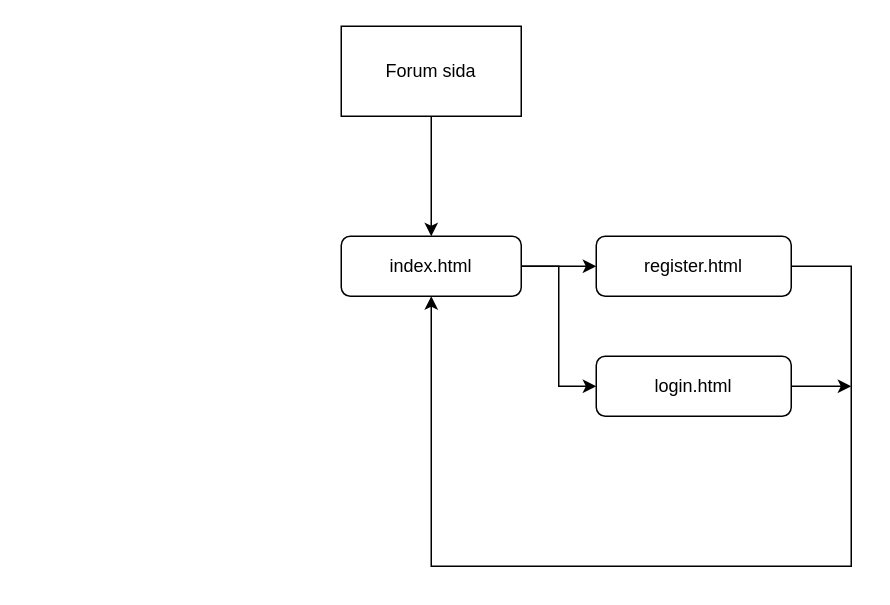
Birgerev/Site-commission keeps this draw.io diagram as planning/flowchart.drawio. Above is the earlier version. Source tidied: cells renumbered, new cells numbered last; positions are measured from the earlier drawing's top-left corner, leaving out a move shared by most shapes. Both pictures are drawn from the tidied source at 150%, with x=0, y=0 at pixel (340, 26).
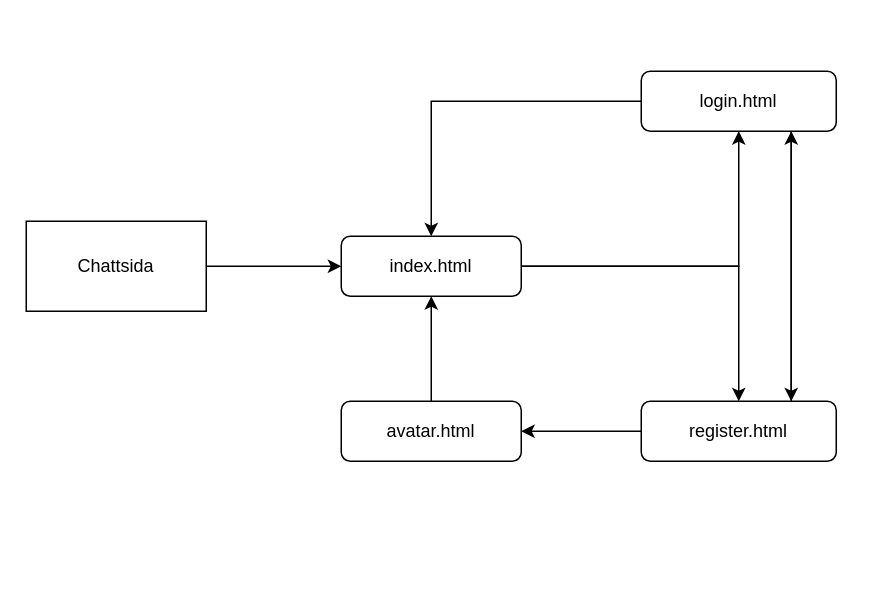
After the change.

Commit message (it also covers changes not shown here):
newer plan drawio

What changed in the source:
```diff
@@
 <mxGraphModel>
   <root>
     <mxCell id="0" />
     <mxCell id="1" parent="0" />
-    <mxCell id="2" style="edgeStyle=orthogonalEdgeStyle;rounded=0;jettySize=auto;html=1;entryX=0;entryY=0.5;entryDx=0;entryDy=0;" parent="1" edge="1" source="4" target="10">
+    <mxCell id="2" style="edgeStyle=orthogonalEdgeStyle;rounded=0;jettySize=auto;html=1;entryX=0.5;entryY=1;entryDx=0;entryDy=0;" parent="1" edge="1" source="4" target="10">
       <mxGeometry relative="1" as="geometry" />
     </mxCell>
-    <mxCell id="3" style="edgeStyle=orthogonalEdgeStyle;rounded=0;jettySize=auto;html=1;entryX=0;entryY=0.5;entryDx=0;entryDy=0;" parent="1" edge="1" source="4" target="6">
+    <mxCell id="3" style="edgeStyle=orthogonalEdgeStyle;rounded=0;jettySize=auto;html=1;entryX=0.5;entryY=0;entryDx=0;entryDy=0;" parent="1" edge="1" source="4" target="6">
       <mxGeometry relative="1" as="geometry" />
     </mxCell>
     <mxCell id="4" value="index.html" style="rounded=1;whiteSpace=wrap;html=1;" parent="1" vertex="1">
       <mxGeometry y="140" width="120" height="40" as="geometry" />
     </mxCell>
-    <mxCell id="5" style="edgeStyle=orthogonalEdgeStyle;rounded=0;jettySize=auto;html=1;entryX=0.5;entryY=1;entryDx=0;entryDy=0;" parent="1" edge="1" source="6" target="4">
-      <mxGeometry relative="1" as="geometry">
-        <Array as="points">
-          <mxPoint x="340" y="160" />
-          <mxPoint x="340" y="360" />
-          <mxPoint x="60" y="360" />
-        </Array>
-      </mxGeometry>
-    </mxCell>
+    <mxCell id="11" style="edgeStyle=orthogonalEdgeStyle;rounded=0;jettySize=auto;html=1;" parent="1" edge="1" source="6" target="10">
+      <mxGeometry relative="1" as="geometry">
+        <Array as="points">
+          <mxPoint x="300" y="160" />
+          <mxPoint x="300" y="160" />
+        </Array>
+      </mxGeometry>
+    </mxCell>
+    <mxCell id="12" style="edgeStyle=orthogonalEdgeStyle;rounded=0;jettySize=auto;html=1;" parent="1" edge="1" source="6" target="16">
+      <mxGeometry relative="1" as="geometry" />
+    </mxCell>
     <mxCell id="6" value="register.html" style="rounded=1;whiteSpace=wrap;html=1;" parent="1" vertex="1">
-      <mxGeometry x="170" y="140" width="130" height="40" as="geometry" />
+      <mxGeometry x="200" y="250" width="130" height="40" as="geometry" />
     </mxCell>
     <mxCell id="7" style="edgeStyle=orthogonalEdgeStyle;rounded=0;jettySize=auto;html=1;" parent="1" edge="1" source="8" target="4">
       <mxGeometry relative="1" as="geometry" />
     </mxCell>
-    <mxCell id="8" value="Forum sida" style="rounded=0;whiteSpace=wrap;html=1;" parent="1" vertex="1">
-      <mxGeometry width="120" height="60" as="geometry" />
+    <mxCell id="8" value="Chattsida" style="rounded=0;whiteSpace=wrap;html=1;" parent="1" vertex="1">
+      <mxGeometry x="-210" y="130" width="120" height="60" as="geometry" />
     </mxCell>
-    <mxCell id="9" style="edgeStyle=orthogonalEdgeStyle;rounded=0;jettySize=auto;html=1;" parent="1" edge="1" source="10">
-      <mxGeometry relative="1" as="geometry">
-        <mxPoint x="340" y="240" as="targetPoint" />
-      </mxGeometry>
-    </mxCell>
+    <mxCell id="13" style="edgeStyle=orthogonalEdgeStyle;rounded=0;jettySize=auto;html=1;" parent="1" edge="1" source="10" target="6">
+      <mxGeometry relative="1" as="geometry">
+        <Array as="points">
+          <mxPoint x="300" y="150" />
+          <mxPoint x="300" y="150" />
+        </Array>
+      </mxGeometry>
+    </mxCell>
+    <mxCell id="14" style="edgeStyle=orthogonalEdgeStyle;rounded=0;jettySize=auto;html=1;entryX=0.5;entryY=0;entryDx=0;entryDy=0;" parent="1" edge="1" source="10" target="4">
+      <mxGeometry relative="1" as="geometry" />
+    </mxCell>
     <mxCell id="10" value="login.html" style="rounded=1;whiteSpace=wrap;html=1;" parent="1" vertex="1">
-      <mxGeometry x="170" y="220" width="130" height="40" as="geometry" />
+      <mxGeometry x="200" y="30" width="130" height="40" as="geometry" />
     </mxCell>
+    <mxCell id="15" style="edgeStyle=orthogonalEdgeStyle;rounded=0;jettySize=auto;html=1;entryX=0.5;entryY=1;entryDx=0;entryDy=0;" parent="1" edge="1" source="16" target="4">
+      <mxGeometry relative="1" as="geometry" />
+    </mxCell>
+    <mxCell id="16" value="avatar.html" style="rounded=1;whiteSpace=wrap;html=1;" parent="1" vertex="1">
+      <mxGeometry y="250" width="120" height="40" as="geometry" />
+    </mxCell>
   </root>
 </mxGraphModel>
```
